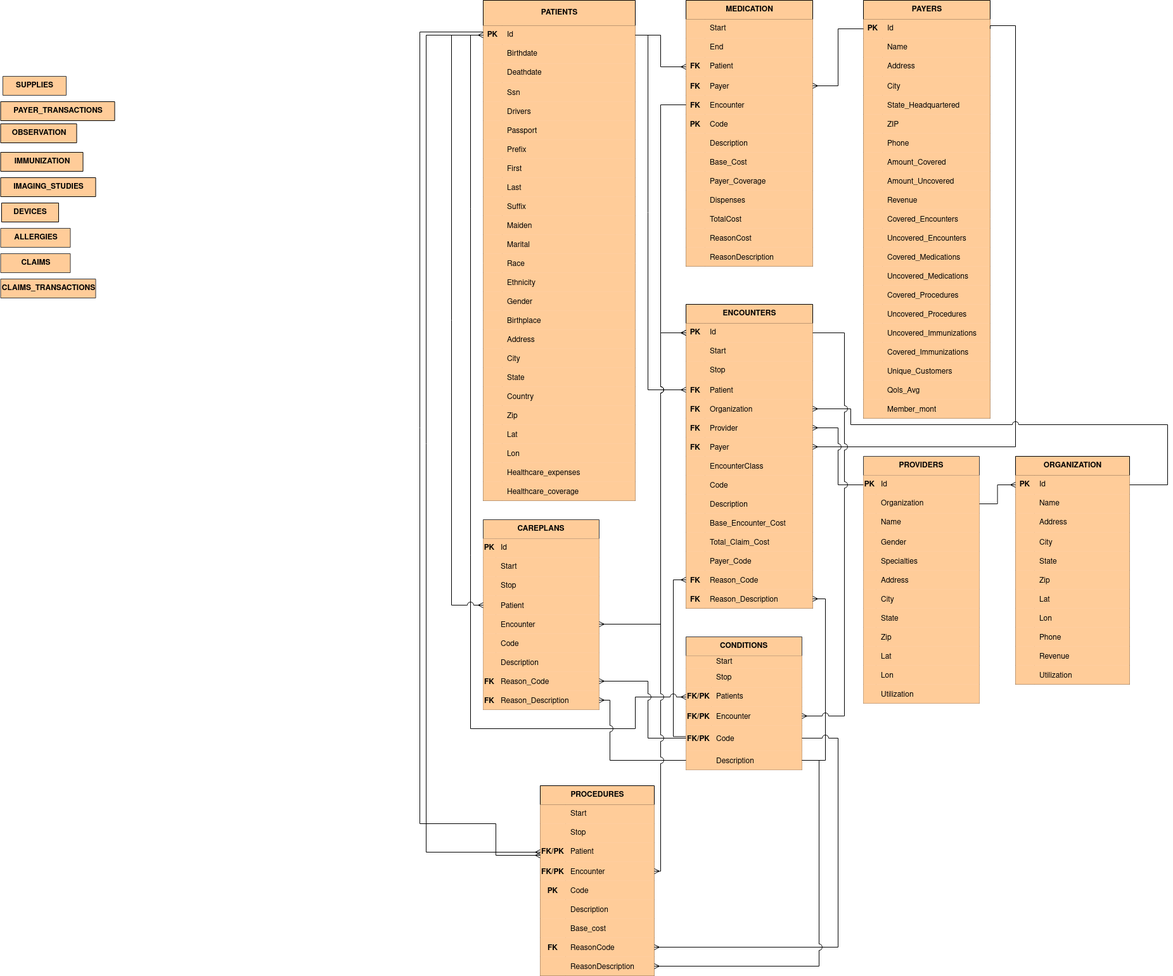
This is BigDataProject.drawio.png from UtsuroNoArashi/BigDataProject, a draw.io export, as it was before one commit. Source tidied: cells renumbered, new cells last; positions are measured from the earlier drawing's top-left corner, leaving out a move shared by most shapes.
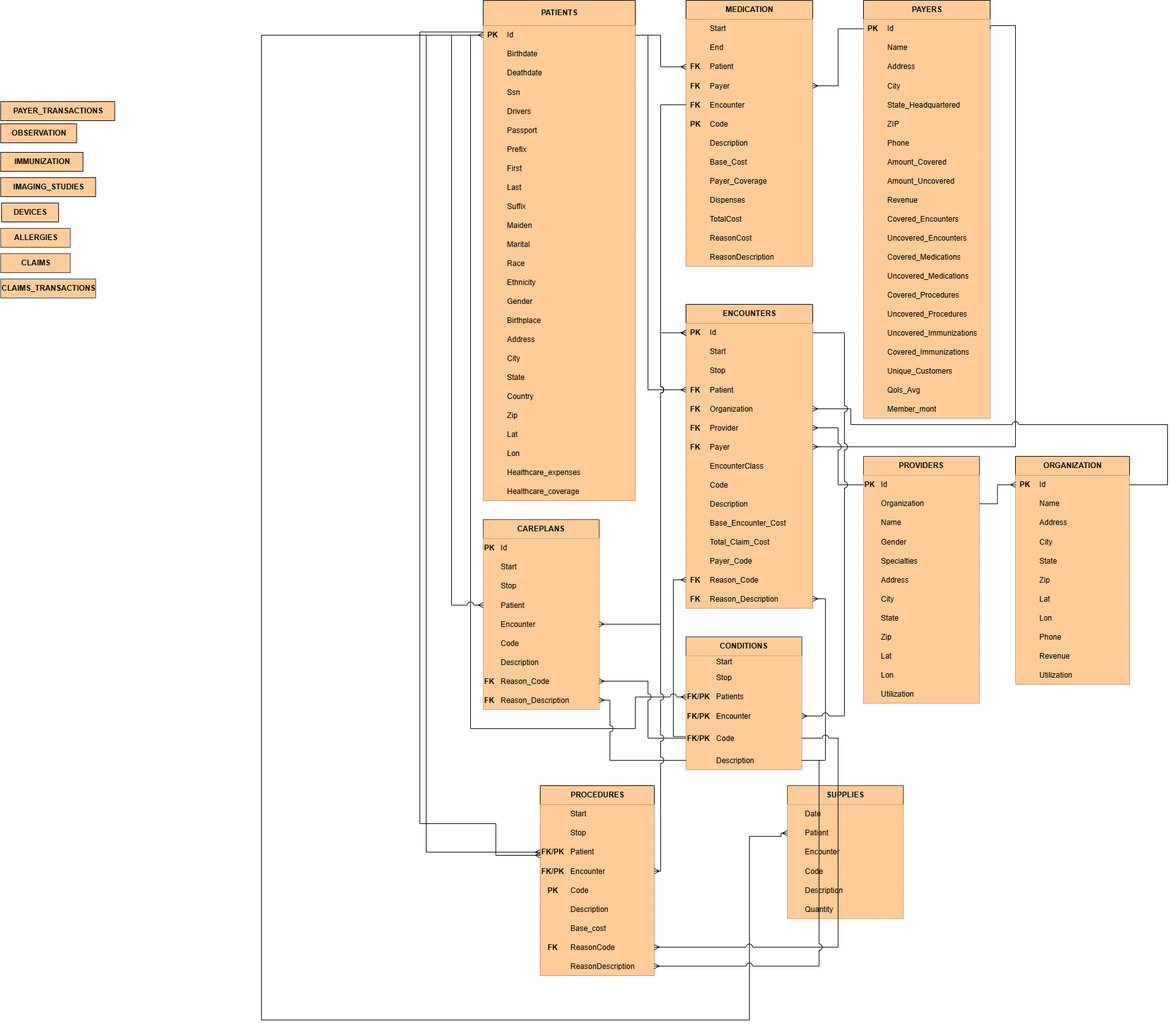
Later version of the same file.

Diff of the diagram source:
```diff
@@ -2,9 +2,63 @@
   <root>
     <mxCell id="0" />
     <mxCell id="1" parent="0" />
-    <mxCell id="2" value="SUPPLIES" style="shape=table;startSize=30;rowLines=0;fontStyle=1;align=center;html=1;fillColor=light-dark(#FFCC99,#B98351);strokeColor=light-dark(#36393D,#DDE2E4);fontColor=light-dark(#000000,#000000);" parent="1" vertex="1" collapsed="1">
-      <mxGeometry x="4" y="120" width="100" height="30" as="geometry" />
+    <mxCell id="2" value="SUPPLIES" style="shape=table;startSize=30;rowLines=0;fontStyle=1;align=center;html=1;fillColor=light-dark(#FFCC99,#B98351);strokeColor=light-dark(#36393D,#DDE2E4);fontColor=light-dark(#000000,#000000);" parent="1" vertex="1">
+      <mxGeometry x="1242" y="1240" width="183" height="210" as="geometry" />
     </mxCell>
+    <mxCell id="404" style="shape=tableRow;horizontal=0;startSize=0;swimlaneHead=0;swimlaneBody=0;fillColor=light-dark(#FFCC99,#B98351);top=0;left=0;right=0;bottom=0;strokeColor=light-dark(#36393D,#DDE2E4);fontColor=light-dark(#000000,#000000);" parent="2" vertex="1">
+      <mxGeometry y="30" width="183" height="30" as="geometry" />
+    </mxCell>
+    <mxCell id="405" style="shape=partialRectangle;fillColor=light-dark(#FFCC99,#B98351);top=0;left=0;bottom=0;right=0;overflow=hidden;whiteSpace=wrap;html=1;strokeColor=light-dark(#36393D,#DDE2E4);fontColor=light-dark(#000000,#000000);" parent="404" vertex="1">
+      <mxGeometry width="20" height="30" as="geometry" />
+    </mxCell>
+    <mxCell id="406" value="Date" style="shape=partialRectangle;fillColor=light-dark(#FFCC99,#B98351);top=0;left=0;bottom=0;right=0;align=left;spacingLeft=6;overflow=hidden;whiteSpace=wrap;html=1;strokeColor=default;fontColor=light-dark(#000000,#000000);" parent="404" vertex="1">
+      <mxGeometry x="20" width="163" height="30" as="geometry" />
+    </mxCell>
+    <mxCell id="407" style="shape=tableRow;horizontal=0;startSize=0;swimlaneHead=0;swimlaneBody=0;fillColor=light-dark(#FFCC99,#B98351);points=[[0,0.5],[1,0.5]];portConstraint=eastwest;top=0;left=0;right=0;bottom=0;strokeColor=light-dark(#36393D,#DDE2E4);fontColor=light-dark(#000000,#000000);" parent="2" vertex="1">
+      <mxGeometry y="60" width="183" height="30" as="geometry" />
+    </mxCell>
+    <mxCell id="408" style="shape=partialRectangle;fillColor=light-dark(#FFCC99,#B98351);top=0;left=0;bottom=0;right=0;overflow=hidden;whiteSpace=wrap;html=1;strokeColor=light-dark(#36393D,#DDE2E4);fontColor=light-dark(#000000,#000000);" parent="407" vertex="1">
+      <mxGeometry width="20" height="30" as="geometry" />
+    </mxCell>
+    <mxCell id="409" value="Patient" style="shape=partialRectangle;fillColor=light-dark(#FFCC99,#B98351);top=0;left=0;bottom=0;right=0;align=left;spacingLeft=6;overflow=hidden;whiteSpace=wrap;html=1;strokeColor=default;fontColor=light-dark(#000000,#000000);" parent="407" vertex="1">
+      <mxGeometry x="20" width="163" height="30" as="geometry" />
+    </mxCell>
+    <mxCell id="410" style="shape=tableRow;horizontal=0;startSize=0;swimlaneHead=0;swimlaneBody=0;fillColor=light-dark(#FFCC99,#B98351);top=0;left=0;right=0;bottom=0;strokeColor=light-dark(#36393D,#DDE2E4);fontColor=light-dark(#000000,#000000);" parent="2" vertex="1">
+      <mxGeometry y="90" width="183" height="30" as="geometry" />
+    </mxCell>
+    <mxCell id="411" style="shape=partialRectangle;fillColor=light-dark(#FFCC99,#B98351);top=0;left=0;bottom=0;right=0;overflow=hidden;whiteSpace=wrap;html=1;strokeColor=light-dark(#36393D,#DDE2E4);fontColor=light-dark(#000000,#000000);" parent="410" vertex="1">
+      <mxGeometry width="20" height="30" as="geometry" />
+    </mxCell>
+    <mxCell id="412" value="Encounter" style="shape=partialRectangle;fillColor=light-dark(#FFCC99,#B98351);top=0;left=0;bottom=0;right=0;align=left;spacingLeft=6;overflow=hidden;whiteSpace=wrap;html=1;strokeColor=default;fontColor=light-dark(#000000,#000000);" parent="410" vertex="1">
+      <mxGeometry x="20" width="163" height="30" as="geometry" />
+    </mxCell>
+    <mxCell id="413" style="shape=tableRow;horizontal=0;startSize=0;swimlaneHead=0;swimlaneBody=0;fillColor=light-dark(#FFCC99,#B98351);top=0;left=0;right=0;bottom=0;strokeColor=light-dark(#36393D,#DDE2E4);fontColor=light-dark(#000000,#000000);" parent="2" vertex="1">
+      <mxGeometry y="120" width="183" height="30" as="geometry" />
+    </mxCell>
+    <mxCell id="414" style="shape=partialRectangle;fillColor=light-dark(#FFCC99,#B98351);top=0;left=0;bottom=0;right=0;overflow=hidden;strokeColor=light-dark(#36393D,#DDE2E4);fontColor=light-dark(#000000,#000000);" parent="413" vertex="1">
+      <mxGeometry width="20" height="30" as="geometry" />
+    </mxCell>
+    <mxCell id="415" value="Code" style="shape=partialRectangle;fillColor=light-dark(#FFCC99,#B98351);top=0;left=0;bottom=0;right=0;align=left;spacingLeft=6;overflow=hidden;strokeColor=default;fontColor=light-dark(#000000,#000000);" parent="413" vertex="1">
+      <mxGeometry x="20" width="163" height="30" as="geometry" />
+    </mxCell>
+    <mxCell id="416" style="shape=tableRow;horizontal=0;startSize=0;swimlaneHead=0;swimlaneBody=0;fillColor=light-dark(#FFCC99,#B98351);top=0;left=0;right=0;bottom=0;strokeColor=light-dark(#36393D,#DDE2E4);fontColor=light-dark(#000000,#000000);" parent="2" vertex="1">
+      <mxGeometry y="150" width="183" height="30" as="geometry" />
+    </mxCell>
+    <mxCell id="417" style="shape=partialRectangle;fillColor=light-dark(#FFCC99,#B98351);top=0;left=0;bottom=0;right=0;overflow=hidden;strokeColor=light-dark(#36393D,#DDE2E4);fontColor=light-dark(#000000,#000000);" parent="416" vertex="1">
+      <mxGeometry width="20" height="30" as="geometry" />
+    </mxCell>
+    <mxCell id="418" value="Description    " style="shape=partialRectangle;fillColor=light-dark(#FFCC99,#B98351);top=0;left=0;bottom=0;right=0;align=left;spacingLeft=6;overflow=hidden;strokeColor=default;fontColor=light-dark(#000000,#000000);" parent="416" vertex="1">
+      <mxGeometry x="20" width="163" height="30" as="geometry" />
+    </mxCell>
+    <mxCell id="419" style="shape=tableRow;horizontal=0;startSize=0;swimlaneHead=0;swimlaneBody=0;fillColor=light-dark(#FFCC99,#B98351);top=0;left=0;right=0;bottom=0;strokeColor=light-dark(#36393D,#DDE2E4);fontColor=light-dark(#000000,#000000);" parent="2" vertex="1">
+      <mxGeometry y="180" width="183" height="30" as="geometry" />
+    </mxCell>
+    <mxCell id="420" style="shape=partialRectangle;fillColor=light-dark(#FFCC99,#B98351);top=0;left=0;bottom=0;right=0;overflow=hidden;strokeColor=light-dark(#36393D,#DDE2E4);fontColor=light-dark(#000000,#000000);" parent="419" vertex="1">
+      <mxGeometry width="20" height="30" as="geometry" />
+    </mxCell>
+    <mxCell id="421" value="Quantity" style="shape=partialRectangle;fillColor=light-dark(#FFCC99,#B98351);top=0;left=0;bottom=0;right=0;align=left;spacingLeft=6;overflow=hidden;strokeColor=default;fontColor=light-dark(#000000,#000000);" parent="419" vertex="1">
+      <mxGeometry x="20" width="163" height="30" as="geometry" />
+    </mxCell>
     <mxCell id="3" value="PROVIDERS" style="shape=table;startSize=30;rowLines=0;fontStyle=1;align=center;html=1;fillColor=light-dark(#FFCC99,#B98351);strokeColor=light-dark(#36393D,#DDE2E4);fontColor=light-dark(#000000,#000000);" parent="1" vertex="1">
       <mxGeometry x="1362" y="720" width="183" height="390" as="geometry" />
     </mxCell>
@@ -1271,6 +1325,18 @@
         </Array>
       </mxGeometry>
     </mxCell>
+    <mxCell id="422" style="edgeStyle=orthogonalEdgeStyle;rounded=0;jettySize=auto;html=1;endArrow=ERmany;endFill=0;" parent="1" edge="1" source="164" target="407">
+      <mxGeometry relative="1" as="geometry">
+        <Array as="points">
+          <mxPoint x="412" y="55" />
+          <mxPoint x="412" y="1610" />
+          <mxPoint x="1182" y="1610" />
+          <mxPoint x="1182" y="1320" />
+          <mxPoint x="1232" y="1320" />
+          <mxPoint x="1232" y="1315" />
+        </Array>
+      </mxGeometry>
+    </mxCell>
     <mxCell id="401" style="edgeStyle=orthogonalEdgeStyle;rounded=0;jettySize=auto;html=1;exitX=0;exitY=0.5;exitDx=0;exitDy=0;startArrow=ERmany;startFill=0;endArrow=ERmany;endFill=0;jumpStyle=arc;jumpSize=10;" parent="1" edge="1" source="318" target="51">
       <mxGeometry relative="1" as="geometry">
         <Array as="points">
```
